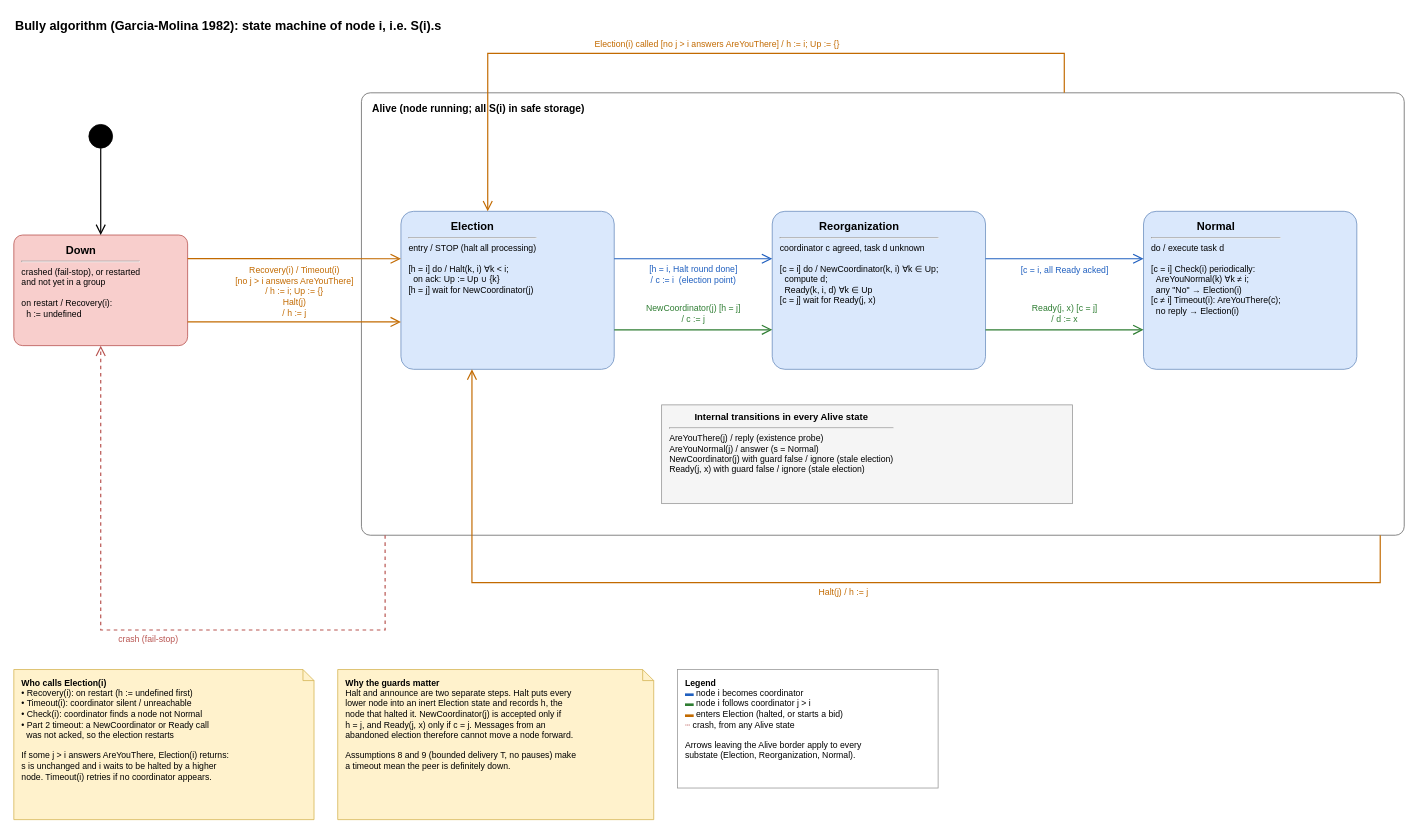
Before: page "Bully (detailed)" (1 of 5) of docs/state-machine.drawio in pattygithubby/ds-p1-bully-election, a draw.io diagram. Source tidied: cells renumbered, new cells numbered last; positions are measured from the earlier drawing's top-left corner, leaving out a move shared by most shapes. Both pictures are drawn from the tidied source at 79%, with x=0, y=0 at pixel (13, 13).
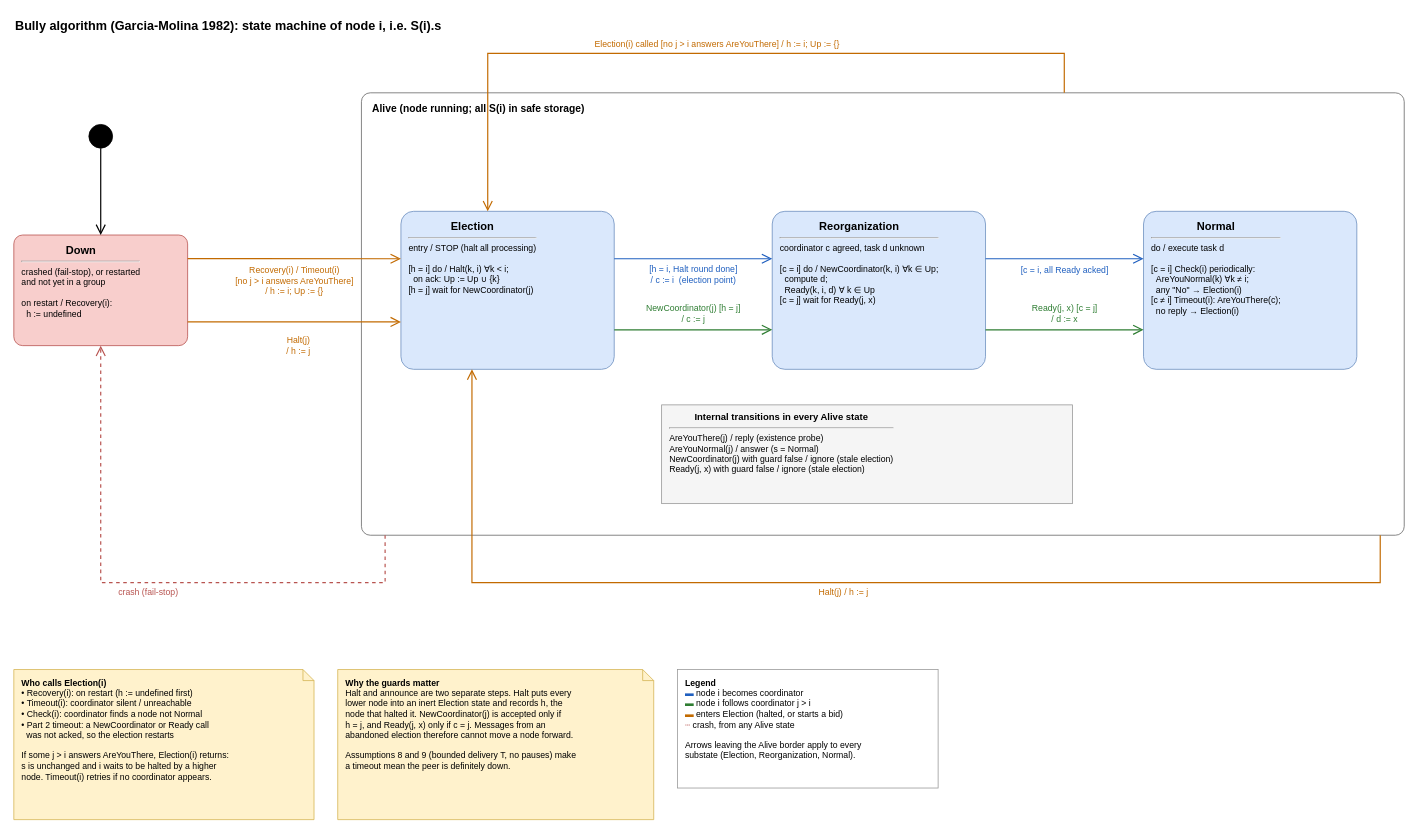
After the change.

The change refers to these unchanged cells:
```xml
<mxCell id="4" value="&lt;div style=&quot;text-align:center&quot;&gt;&lt;b style=&quot;font-size:14px&quot;&gt;Down&lt;/b&gt;&lt;/div&gt;&lt;hr&gt;crashed (fail-stop), or restarted&lt;br&gt;and not yet in a group&lt;br&gt;&lt;br&gt;on restart / Recovery(i):&lt;br&gt;&amp;nbsp;&amp;nbsp;h := undefined" style="rounded=1;arcSize=8;whiteSpace=wrap;html=1;fillColor=#dae8fc;strokeColor=#6c8ebf;fontSize=11;align=left;verticalAlign=top;spacingLeft=8;spacingRight=8;spacingTop=4;fillColor=#f8cecc;strokeColor=#b85450;" parent="1" vertex="1">
  <mxGeometry y="280" width="220" height="140" as="geometry" />
</mxCell>
<mxCell id="5" value="Alive (node running; all S(i) in safe storage)" style="rounded=1;arcSize=2;whiteSpace=wrap;html=1;verticalAlign=top;align=left;spacingLeft=12;spacingTop=6;fillColor=none;strokeColor=#666666;dashed=0;fontStyle=1;fontSize=13;" parent="1" vertex="1">
  <mxGeometry x="440" y="100" width="1320" height="560" as="geometry" />
</mxCell>
<mxCell id="6" value="&lt;div style=&quot;text-align:center&quot;&gt;&lt;b style=&quot;font-size:14px&quot;&gt;Election&lt;/b&gt;&lt;/div&gt;&lt;hr&gt;entry / STOP (halt all processing)&lt;br&gt;&lt;br&gt;[h = i] do / Halt(k, i) &amp;forall;k &amp;lt; i;&lt;br&gt;&amp;nbsp;&amp;nbsp;on ack: Up := Up &amp;cup; {k}&lt;br&gt;[h = j] wait for NewCoordinator(j)" style="rounded=1;arcSize=8;whiteSpace=wrap;html=1;fillColor=#dae8fc;strokeColor=#6c8ebf;fontSize=11;align=left;verticalAlign=top;spacingLeft=8;spacingRight=8;spacingTop=4;" parent="1" vertex="1">
  <mxGeometry x="490" y="250" width="270" height="200" as="geometry" />
</mxCell>
```

Change to the diagram source:
```diff
@@
-    <mxCell id="7" value="&lt;div style=&quot;text-align:center&quot;&gt;&lt;b style=&quot;font-size:14px&quot;&gt;Reorganization&lt;/b&gt;&lt;/div&gt;&lt;hr&gt;coordinator c agreed, task d unknown&lt;br&gt;&lt;br&gt;[c = i] do / NewCoordinator(k, i) &amp;forall;k &amp;isin; Up;&lt;br&gt;&amp;nbsp;&amp;nbsp;compute d;&lt;br&gt;&amp;nbsp;&amp;nbsp;Ready(k, i, d) &amp;forall;k &amp;isin; Up&lt;br&gt;[c = j] wait for Ready(j, x)" style="rounded=1;arcSize=8;whiteSpace=wrap;html=1;fillColor=#dae8fc;strokeColor=#6c8ebf;fontSize=11;align=left;verticalAlign=top;spacingLeft=8;spacingRight=8;spacingTop=4;" parent="1" vertex="1">
+    <mxCell id="7" value="&lt;div style=&quot;text-align:center&quot;&gt;&lt;b style=&quot;font-size:14px&quot;&gt;Reorganization&lt;/b&gt;&lt;/div&gt;&lt;hr&gt;coordinator c agreed, task d unknown&lt;br&gt;&lt;br&gt;[c = i] do / NewCoordinator(k, i) ∀k ∈ Up;&lt;br&gt;&amp;nbsp;&amp;nbsp;compute d;&lt;br&gt;&amp;nbsp;&amp;nbsp;Ready(k, i, d) ∀ k ∈ Up&lt;br&gt;[c = j] wait for Ready(j, x)" style="rounded=1;arcSize=8;whiteSpace=wrap;html=1;fillColor=#dae8fc;strokeColor=#6c8ebf;fontSize=11;align=left;verticalAlign=top;spacingLeft=8;spacingRight=8;spacingTop=4;" parent="1" vertex="1">
       <mxGeometry x="960" y="250" width="270" height="200" as="geometry" />
     </mxCell>
@@
     <mxCell id="12" value="Halt(j)&lt;br&gt;/ h := j" style="edgeStyle=orthogonalEdgeStyle;rounded=0;html=1;endArrow=open;endSize=10;strokeWidth=1.5;strokeColor=#c26a00;fontColor=#c26a00;fontSize=11;labelBackgroundColor=none;exitX=1;exitY=0.786;exitDx=0;exitDy=0;entryX=0;entryY=0.7;entryDx=0;entryDy=0;" parent="1" edge="1" source="4" target="6">
-      <mxGeometry y="18" relative="1" as="geometry" />
+      <mxGeometry x="0.04" y="-30" relative="1" as="geometry" />
     </mxCell>
@@
     <mxCell id="19" value="crash (fail-stop)" style="edgeStyle=orthogonalEdgeStyle;rounded=0;html=1;endArrow=open;endSize=10;strokeWidth=1.5;strokeColor=#b85450;fontColor=#b85450;fontSize=11;labelBackgroundColor=none;dashed=1;exitX=0.0227;exitY=1;exitDx=0;exitDy=0;entryX=0.5;entryY=1;entryDx=0;entryDy=0;" parent="1" edge="1" source="5" target="4">
       <mxGeometry y="12" relative="1" as="geometry">
         <Array as="points">
-          <mxPoint x="470" y="780" />
-          <mxPoint x="110" y="780" />
+          <mxPoint x="470" y="720" />
+          <mxPoint x="110" y="720" />
         </Array>
       </mxGeometry>
     </mxCell>
```
